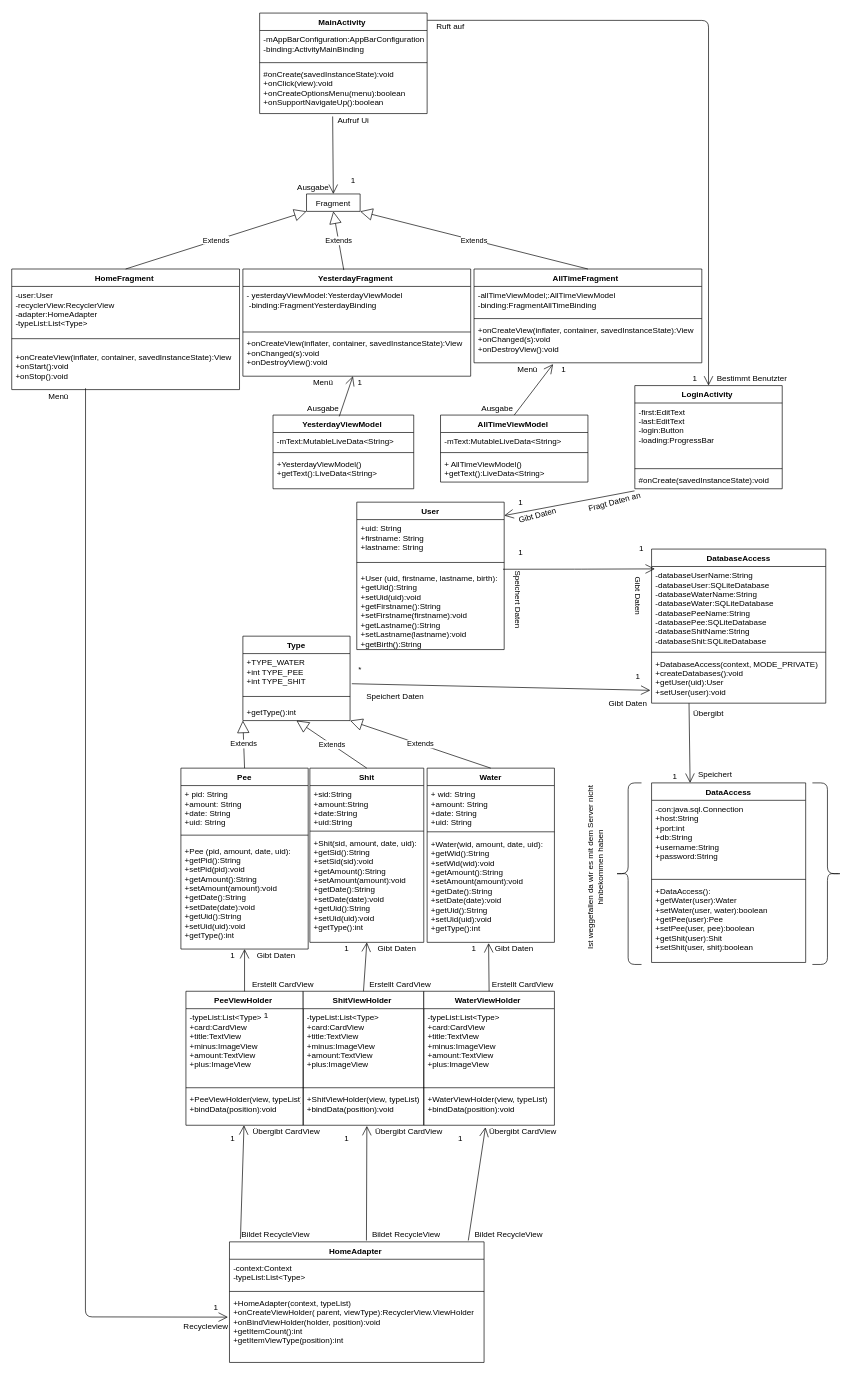
olisonsturm/LifestyleTracker keeps this draw.io diagram as Diagramme/Copy of Klassendiagramm.drawio. Above is the earlier version. Source tidied: cells renumbered, new cells numbered last; positions are measured from the earlier drawing's top-left corner, leaving out a move shared by most shapes. Both pictures are drawn from the tidied source at 67%, with x=0, y=0 at pixel (11, 13).
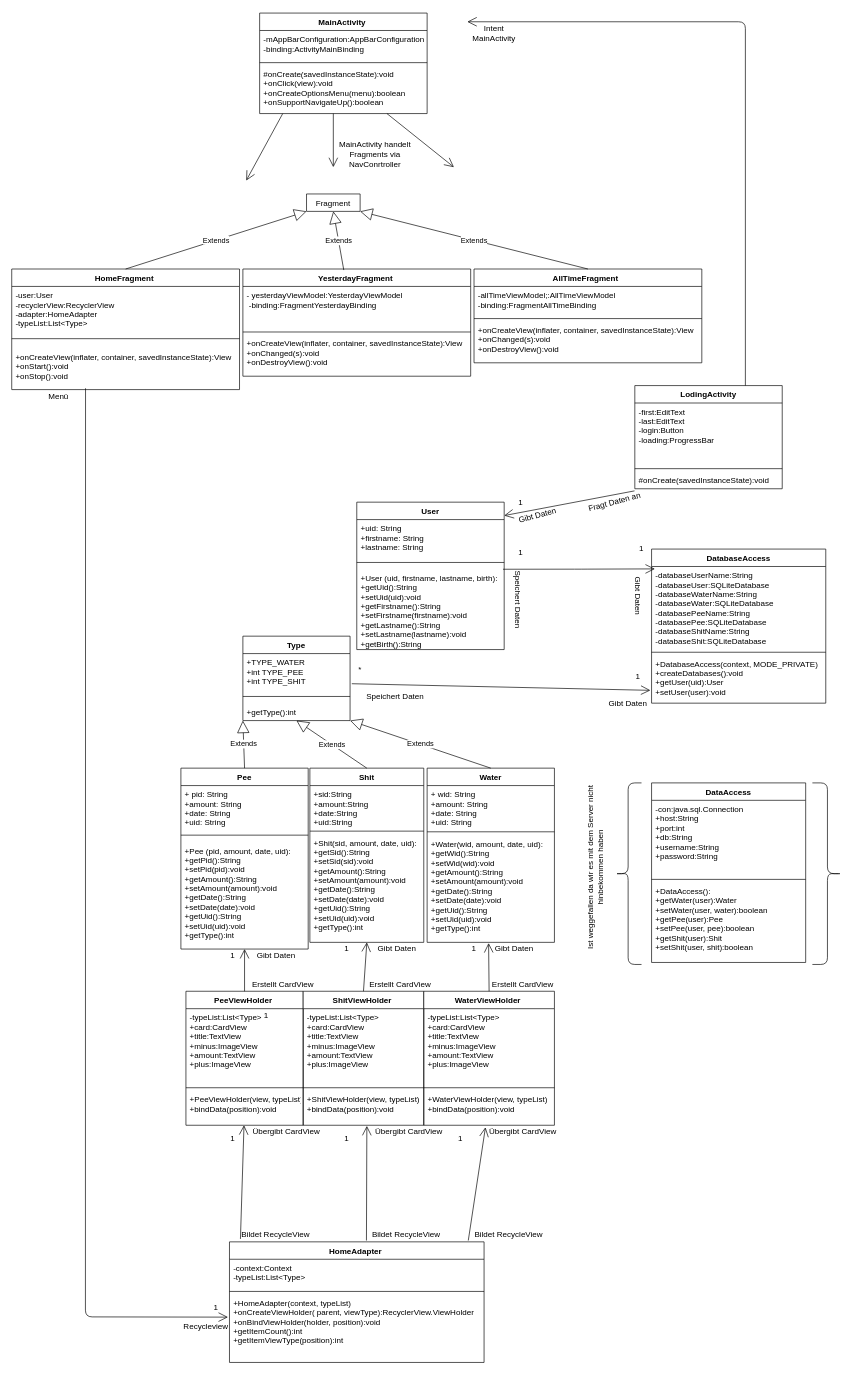
The same diagram, later.

The change refers to these unchanged cells:
```xml
<mxCell id="34" value="MainActivity " style="swimlane;fontStyle=1;align=center;verticalAlign=top;horizontal=1;startSize=26;" parent="1" vertex="1">
  <mxGeometry x="370" width="250" height="150" as="geometry" />
</mxCell>
<mxCell id="37" value="#onCreate(savedInstanceState):void&#10;+onClick(view):void&#10;+onCreateOptionsMenu(menu):boolean&#10;+onSupportNavigateUp():boolean&#10; " style="text;strokeColor=none;fillColor=none;align=left;verticalAlign=top;spacingLeft=4;spacingRight=4;overflow=hidden;points=[[0,0.5],[1,0.5]];portConstraint=eastwest;" parent="34" vertex="1">
  <mxGeometry y="78" width="250" height="72" as="geometry" />
</mxCell>
<mxCell id="41" value="+onCreateView(inflater, container, savedInstanceState):View&#10;+onChanged(s):void&#10;+onDestroyView():void" style="text;strokeColor=none;fillColor=none;align=left;verticalAlign=top;spacingLeft=4;spacingRight=4;overflow=hidden;points=[[0,0.5],[1,0.5]];portConstraint=eastwest;" parent="38" vertex="1">
  <mxGeometry y="78" width="340" height="62" as="geometry" />
</mxCell>
<mxCell id="53" value="+onCreateView(inflater, container, savedInstanceState):View&#10;+onChanged(s):void&#10;+onDestroyView():void" style="text;strokeColor=none;fillColor=none;align=left;verticalAlign=top;spacingLeft=4;spacingRight=4;overflow=hidden;points=[[0,0.5],[1,0.5]];portConstraint=eastwest;" parent="50" vertex="1">
  <mxGeometry y="98" width="340" height="62" as="geometry" />
</mxCell>
<mxCell id="58" value="DataAccess" style="swimlane;fontStyle=1;align=center;verticalAlign=top;horizontal=1;startSize=26;" parent="1" vertex="1">
  <mxGeometry x="955" y="1149" width="230" height="268" as="geometry" />
</mxCell>
<mxCell id="69" value="Fragment" style="swimlane;fontStyle=0;horizontal=1;startSize=26;fillColor=none;" parent="1" vertex="1" collapsed="1">
  <mxGeometry x="440" y="270" width="80" height="26" as="geometry" />
</mxCell>
<mxCell id="137" value="+DatabaseAccess(context, MODE_PRIVATE)&#10;+createDatabases():void&#10;+getUser(uid):User&#10;+setUser(user):void&#10;" style="text;strokeColor=none;fillColor=none;align=left;verticalAlign=top;spacingLeft=4;spacingRight=4;overflow=hidden;points=[[0,0.5],[1,0.5]];portConstraint=eastwest;" parent="134" vertex="1">
  <mxGeometry y="158" width="260" height="72" as="geometry" />
</mxCell>
```

Diff of the diagram source:
```diff
@@
-    <mxCell id="42" value="AllTimeViewModel " style="swimlane;fontStyle=1;align=center;verticalAlign=top;horizontal=1;startSize=26;" parent="1" vertex="1">
-      <mxGeometry x="640" y="600" width="220" height="100" as="geometry" />
-    </mxCell>
-    <mxCell id="43" value="-mText:MutableLiveData&lt;String&gt;" style="text;strokeColor=none;fillColor=none;align=left;verticalAlign=top;spacingLeft=4;spacingRight=4;overflow=hidden;" parent="42" vertex="1">
-      <mxGeometry y="26" width="220" height="26" as="geometry" />
-    </mxCell>
-    <mxCell id="44" style="line;strokeWidth=1;fillColor=none;align=left;verticalAlign=middle;spacingTop=-1;spacingLeft=3;spacingRight=3;labelPosition=right;" parent="42" vertex="1">
-      <mxGeometry y="52" width="220" height="8" as="geometry" />
-    </mxCell>
-    <mxCell id="45" value="+ AllTimeViewModel()&#10;+getText():LiveData&lt;String&gt; " style="text;strokeColor=none;fillColor=none;align=left;verticalAlign=top;spacingLeft=4;spacingRight=4;overflow=hidden;" parent="42" vertex="1">
-      <mxGeometry y="60" width="220" height="40" as="geometry" />
-    </mxCell>
@@
-    <mxCell id="54" value="YesterdayViewModel " style="swimlane;fontStyle=1;align=center;verticalAlign=top;horizontal=1;startSize=26;" parent="1" vertex="1">
-      <mxGeometry x="390" y="600" width="210" height="110" as="geometry" />
-    </mxCell>
-    <mxCell id="55" value="-mText:MutableLiveData&lt;String&gt;" style="text;strokeColor=none;fillColor=none;align=left;verticalAlign=top;spacingLeft=4;spacingRight=4;overflow=hidden;" parent="54" vertex="1">
-      <mxGeometry y="26" width="210" height="26" as="geometry" />
-    </mxCell>
-    <mxCell id="56" style="line;strokeWidth=1;fillColor=none;align=left;verticalAlign=middle;spacingTop=-1;spacingLeft=3;spacingRight=3;labelPosition=right;" parent="54" vertex="1">
-      <mxGeometry y="52" width="210" height="8" as="geometry" />
-    </mxCell>
-    <mxCell id="57" value="+YesterdayViewModel()&#10;+getText():LiveData&lt;String&gt; " style="text;strokeColor=none;fillColor=none;align=left;verticalAlign=top;spacingLeft=4;spacingRight=4;overflow=hidden;" parent="54" vertex="1">
-      <mxGeometry y="60" width="210" height="50" as="geometry" />
-    </mxCell>
@@
-    <mxCell id="62" value="LoginActivity " style="swimlane;fontStyle=1;align=center;verticalAlign=top;horizontal=1;startSize=26;" parent="1" vertex="1">
+    <mxCell id="62" value="LodingActivity" style="swimlane;fontStyle=1;align=center;verticalAlign=top;horizontal=1;startSize=26;" parent="1" vertex="1">
       <mxGeometry x="930" y="556" width="220" height="154" as="geometry" />
     </mxCell>
@@
-    <mxCell id="80" value="1" style="text;html=1;strokeColor=none;fillColor=none;align=center;verticalAlign=middle;whiteSpace=wrap;rounded=0;" parent="1" vertex="1">
-      <mxGeometry x="500" y="542" width="40" height="20" as="geometry" />
-    </mxCell>
-    <mxCell id="81" value="1" style="text;html=1;strokeColor=none;fillColor=none;align=center;verticalAlign=middle;whiteSpace=wrap;rounded=0;" parent="1" vertex="1">
-      <mxGeometry x="804" y="522" width="40" height="20" as="geometry" />
-    </mxCell>
@@
-    <mxCell id="92" style="endArrow=open;endFill=1;endSize=12;html=1;exitX=1.001;exitY=0.072;exitDx=0;exitDy=0;exitPerimeter=0;" parent="1" edge="1" source="34" target="62">
-      <mxGeometry relative="1" as="geometry">
-        <Array as="points">
-          <mxPoint x="1040" y="11" />
-        </Array>
-      </mxGeometry>
-    </mxCell>
@@
-    <mxCell id="94" style="endArrow=open;endFill=1;endSize=12;html=1;exitX=0.436;exitY=1.06;exitDx=0;exitDy=0;exitPerimeter=0;entryX=0.5;entryY=0;entryDx=0;entryDy=0;" parent="1" edge="1" source="37" target="69">
-      <mxGeometry relative="1" as="geometry" />
+    <mxCell id="94" style="endArrow=open;endFill=1;endSize=12;html=1;" parent="1" edge="1">
+      <mxGeometry relative="1" as="geometry">
+        <mxPoint x="480" y="150" as="sourcePoint" />
+        <mxPoint x="480" y="230" as="targetPoint" />
+      </mxGeometry>
     </mxCell>
-    <mxCell id="95" style="endArrow=open;endFill=1;endSize=12;html=1;exitX=0.471;exitY=0.018;exitDx=0;exitDy=0;entryX=0.483;entryY=1;entryDx=0;entryDy=0;entryPerimeter=0;exitPerimeter=0;" parent="1" edge="1" source="54" target="53">
-      <mxGeometry relative="1" as="geometry" />
-    </mxCell>
-    <mxCell id="96" style="endArrow=open;endFill=1;endSize=12;html=1;exitX=0.5;exitY=0;exitDx=0;exitDy=0;entryX=0.347;entryY=1.032;entryDx=0;entryDy=0;entryPerimeter=0;" parent="1" edge="1" source="42" target="41">
-      <mxGeometry relative="1" as="geometry" />
-    </mxCell>
@@
-    <mxCell id="100" value="1" style="text;html=1;strokeColor=none;fillColor=none;align=center;verticalAlign=middle;whiteSpace=wrap;rounded=0;" parent="1" vertex="1">
-      <mxGeometry x="490" y="240" width="40" height="20" as="geometry" />
-    </mxCell>
-    <mxCell id="101" value="1" style="text;html=1;strokeColor=none;fillColor=none;align=center;verticalAlign=middle;whiteSpace=wrap;rounded=0;" parent="1" vertex="1">
-      <mxGeometry x="1000" y="536" width="40" height="20" as="geometry" />
-    </mxCell>
@@
-    <mxCell id="111" value="Ruft auf" style="text;html=1;strokeColor=none;fillColor=none;align=center;verticalAlign=middle;whiteSpace=wrap;rounded=0;" parent="1" vertex="1">
-      <mxGeometry x="620" y="10" width="70" height="20" as="geometry" />
-    </mxCell>
@@
-    <mxCell id="126" value="Bestimmt Benutzter" style="text;html=1;strokeColor=none;fillColor=none;align=center;verticalAlign=middle;whiteSpace=wrap;rounded=0;" parent="1" vertex="1">
-      <mxGeometry x="1040" y="536" width="130" height="20" as="geometry" />
-    </mxCell>
-    <mxCell id="127" value="Aufruf Ui" style="text;html=1;strokeColor=none;fillColor=none;align=center;verticalAlign=middle;whiteSpace=wrap;rounded=0;" parent="1" vertex="1">
-      <mxGeometry x="440" y="150" width="140" height="20" as="geometry" />
-    </mxCell>
-    <mxCell id="128" value="Ausgabe" style="text;html=1;strokeColor=none;fillColor=none;align=center;verticalAlign=middle;whiteSpace=wrap;rounded=0;" parent="1" vertex="1">
-      <mxGeometry x="430" y="250" width="40" height="20" as="geometry" />
-    </mxCell>
-    <mxCell id="129" value="Menü" style="text;html=1;strokeColor=none;fillColor=none;align=center;verticalAlign=middle;whiteSpace=wrap;rounded=0;" parent="1" vertex="1">
-      <mxGeometry x="445" y="542" width="40" height="20" as="geometry" />
-    </mxCell>
-    <mxCell id="130" value="Menü" style="text;html=1;strokeColor=none;fillColor=none;align=center;verticalAlign=middle;whiteSpace=wrap;rounded=0;" parent="1" vertex="1">
-      <mxGeometry x="750" y="522" width="40" height="20" as="geometry" />
-    </mxCell>
-    <mxCell id="131" value="Ausgabe" style="text;html=1;strokeColor=none;fillColor=none;align=center;verticalAlign=middle;whiteSpace=wrap;rounded=0;" parent="1" vertex="1">
-      <mxGeometry x="445" y="580" width="40" height="20" as="geometry" />
-    </mxCell>
-    <mxCell id="132" value="Ausgabe" style="text;html=1;strokeColor=none;fillColor=none;align=center;verticalAlign=middle;whiteSpace=wrap;rounded=0;" parent="1" vertex="1">
-      <mxGeometry x="705" y="580" width="40" height="20" as="geometry" />
-    </mxCell>
@@
-    <mxCell id="138" value="Speichert" style="text;html=1;strokeColor=none;fillColor=none;align=center;verticalAlign=middle;whiteSpace=wrap;rounded=0;" parent="1" vertex="1">
-      <mxGeometry x="1030" y="1127" width="40" height="20" as="geometry" />
-    </mxCell>
-    <mxCell id="139" value="Übergibt" style="text;html=1;strokeColor=none;fillColor=none;align=center;verticalAlign=middle;whiteSpace=wrap;rounded=0;" parent="1" vertex="1">
-      <mxGeometry x="1020" y="1036" width="40" height="20" as="geometry" />
-    </mxCell>
-    <mxCell id="140" value="1" style="text;html=1;strokeColor=none;fillColor=none;align=center;verticalAlign=middle;whiteSpace=wrap;rounded=0;" parent="1" vertex="1">
-      <mxGeometry x="970" y="1129" width="40" height="20" as="geometry" />
-    </mxCell>
-    <mxCell id="141" style="endArrow=open;endFill=1;endSize=12;html=1;exitX=0.215;exitY=1.002;exitDx=0;exitDy=0;exitPerimeter=0;entryX=0.25;entryY=0;entryDx=0;entryDy=0;" parent="1" edge="1" source="137" target="58">
-      <mxGeometry relative="1" as="geometry" />
-    </mxCell>
@@
+    <mxCell id="147" value="MainActivity handelt Fragments via NavConrtroller" style="text;html=1;strokeColor=none;fillColor=none;align=center;verticalAlign=middle;whiteSpace=wrap;rounded=0;" parent="1" vertex="1">
+      <mxGeometry x="480" y="210" width="125" as="geometry" />
+    </mxCell>
+    <mxCell id="148" style="endArrow=open;endFill=1;endSize=12;html=1;" parent="1" edge="1">
+      <mxGeometry relative="1" as="geometry">
+        <mxPoint x="404.5" y="150" as="sourcePoint" />
+        <mxPoint x="350" y="250" as="targetPoint" />
+      </mxGeometry>
+    </mxCell>
+    <mxCell id="149" style="endArrow=open;endFill=1;endSize=12;html=1;" parent="1" edge="1">
+      <mxGeometry relative="1" as="geometry">
+        <mxPoint x="560" y="150" as="sourcePoint" />
+        <mxPoint x="660" y="230" as="targetPoint" />
+      </mxGeometry>
+    </mxCell>
+    <mxCell id="150" style="endArrow=open;endFill=1;endSize=12;html=1;exitX=0.75;exitY=0;exitDx=0;exitDy=0;" parent="1" edge="1" source="62">
+      <mxGeometry relative="1" as="geometry">
+        <mxPoint x="680" y="13" as="targetPoint" />
+        <Array as="points">
+          <mxPoint x="1095" y="13" />
+        </Array>
+      </mxGeometry>
+    </mxCell>
+    <mxCell id="151" value="Intent MainActivity" style="text;html=1;strokeColor=none;fillColor=none;align=center;verticalAlign=middle;whiteSpace=wrap;rounded=0;" parent="1" vertex="1">
+      <mxGeometry x="700" y="20" width="40" height="20" as="geometry" />
+    </mxCell>
```
